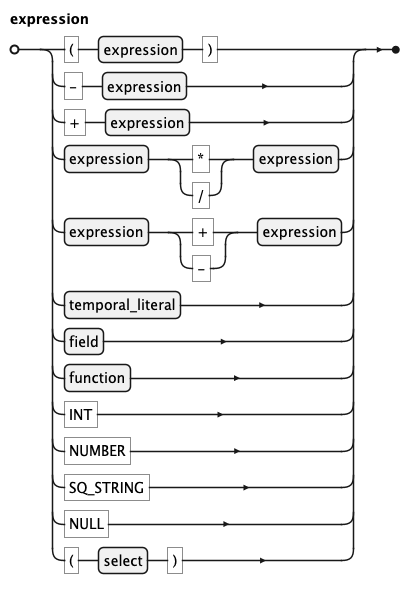
This is docs/kql/expression.png from koryki-java/core, a PlantUML export, as it was before one commit.
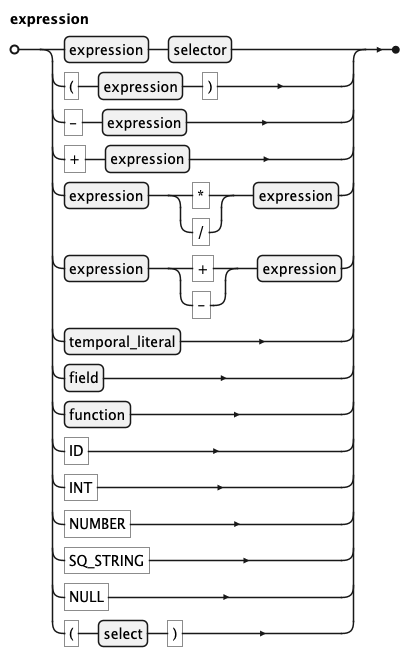
After the change.

Diff of the diagram source:
```diff
@@ -6,7 +6,8 @@
 'title expression
 
 expression =
- "(", expression, ")"
+ expression, selector
+| "(", expression, ")"
 | "-", expression
 | "+", expression
 | expression, ("*" | "/"), expression
@@ -14,6 +15,7 @@
 | temporal_literal
 | field
 | function
+| "ID"
 | "INT"
 | "NUMBER"
 | "SQ_STRING"
```
